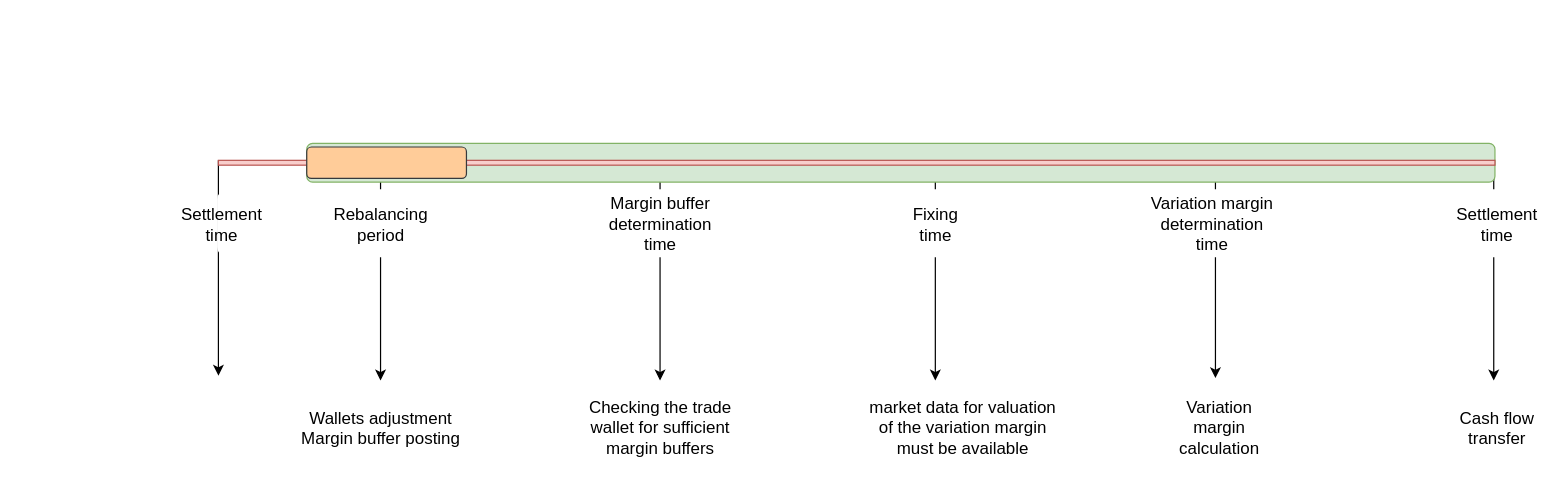
Before: page "Page-3" (3 of 3) of qualitaX.drawio in Edoumou/drawings, a draw.io diagram. Source tidied: cells renumbered, new cells numbered last; positions are measured from the earlier drawing's top-left corner, leaving out a move shared by most shapes. Both pictures are drawn from the tidied source at 121%, with x=0, y=0 at pixel (182, 143).
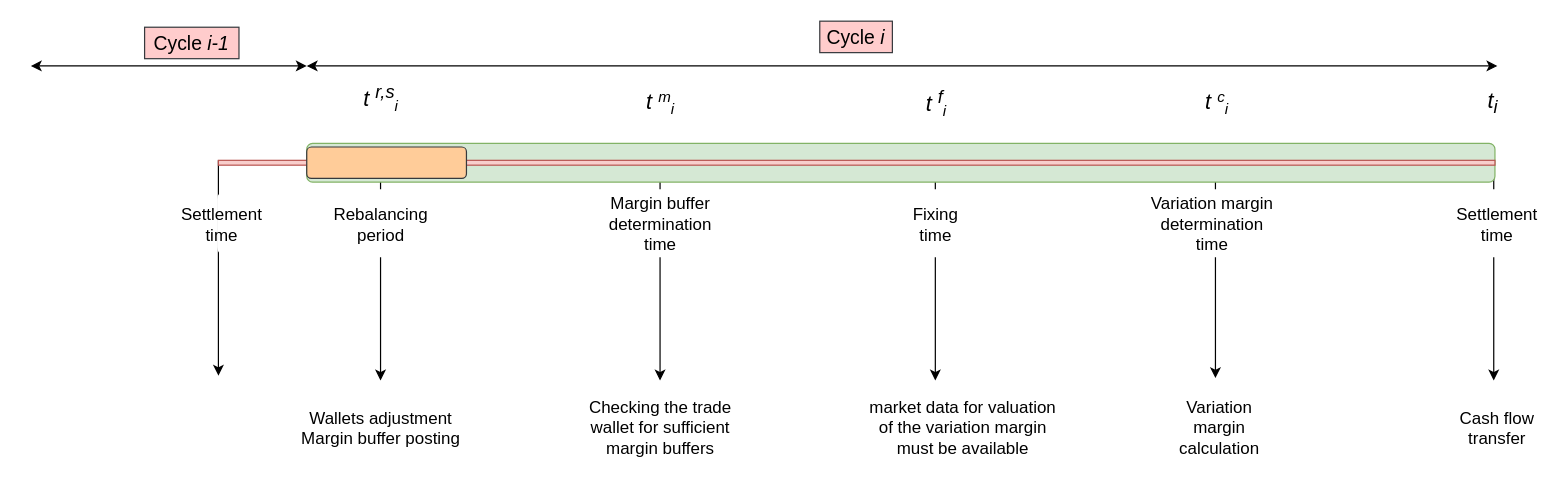
After the change.

What changed in the source:
```diff
@@
+    <mxCell id="23" value="&lt;font style=&quot;font-size: 18px;&quot;&gt;&lt;i&gt;t&lt;sub&gt;i&lt;/sub&gt;&lt;/i&gt;&lt;/font&gt;" style="text;html=1;align=center;verticalAlign=middle;whiteSpace=wrap;rounded=0;" parent="1" vertex="1">
+      <mxGeometry x="1068" y="-45" width="30.5" height="24" as="geometry" />
+    </mxCell>
+    <mxCell id="24" value="&lt;font style=&quot;&quot;&gt;&lt;i style=&quot;&quot;&gt;&lt;span style=&quot;font-size: 18px;&quot;&gt;t&amp;nbsp;&lt;/span&gt;&lt;span style=&quot;font-size: 15px;&quot;&gt;&lt;sup&gt;c&lt;/sup&gt;&lt;sub&gt;i&lt;/sub&gt;&lt;/span&gt;&lt;/i&gt;&lt;/font&gt;" style="text;html=1;align=center;verticalAlign=middle;whiteSpace=wrap;rounded=0;" parent="1" vertex="1">
+      <mxGeometry x="840" y="-45" width="30.5" height="24" as="geometry" />
+    </mxCell>
+    <mxCell id="25" value="&lt;font style=&quot;&quot;&gt;&lt;i style=&quot;&quot;&gt;&lt;span style=&quot;font-size: 18px;&quot;&gt;t &lt;sup&gt;f&lt;/sup&gt;&lt;/span&gt;&lt;span style=&quot;font-size: 15px;&quot;&gt;&lt;sub&gt;i&lt;/sub&gt;&lt;/span&gt;&lt;/i&gt;&lt;/font&gt;" style="text;html=1;align=center;verticalAlign=middle;whiteSpace=wrap;rounded=0;" parent="1" vertex="1">
+      <mxGeometry x="607.8" y="-45" width="30.5" height="24" as="geometry" />
+    </mxCell>
+    <mxCell id="26" value="&lt;font style=&quot;&quot;&gt;&lt;i style=&quot;&quot;&gt;&lt;span style=&quot;font-size: 18px;&quot;&gt;t &lt;/span&gt;&lt;span style=&quot;font-size: 15px;&quot;&gt;&lt;sup&gt;m&lt;/sup&gt;&lt;sub&gt;i&lt;/sub&gt;&lt;/span&gt;&lt;/i&gt;&lt;/font&gt;" style="text;html=1;align=center;verticalAlign=middle;whiteSpace=wrap;rounded=0;" parent="1" vertex="1">
+      <mxGeometry x="380.2" y="-45" width="30.5" height="24" as="geometry" />
+    </mxCell>
+    <mxCell id="27" value="&lt;font style=&quot;&quot;&gt;&lt;i style=&quot;&quot;&gt;&lt;span style=&quot;font-size: 18px;&quot;&gt;t &lt;sup&gt;r,s&lt;/sup&gt;&lt;/span&gt;&lt;span style=&quot;font-size: 15px;&quot;&gt;&lt;sub&gt;i&lt;/sub&gt;&lt;/span&gt;&lt;/i&gt;&lt;/font&gt;" style="text;html=1;align=center;verticalAlign=middle;whiteSpace=wrap;rounded=0;" parent="1" vertex="1">
+      <mxGeometry x="144" y="-49" width="41" height="24" as="geometry" />
+    </mxCell>
+    <mxCell id="28" style="endArrow=classic;startArrow=classic;html=1;rounded=0;" parent="1" edge="1">
+      <mxGeometry relative="1" as="geometry">
+        <mxPoint x="103" y="-64" as="sourcePoint" />
+        <mxPoint x="1087" y="-64" as="targetPoint" />
+      </mxGeometry>
+    </mxCell>
+    <mxCell id="29" value="&lt;font style=&quot;font-size: 16px;&quot;&gt;Cycle &lt;i&gt;i&lt;/i&gt;&lt;/font&gt;" style="text;html=1;align=center;verticalAlign=middle;whiteSpace=wrap;rounded=0;fillColor=#ffcccc;strokeColor=#36393d;" parent="1" vertex="1">
+      <mxGeometry x="527" y="-101" width="60" height="26" as="geometry" />
+    </mxCell>
+    <mxCell id="30" style="endArrow=classic;startArrow=classic;html=1;rounded=0;" parent="1" edge="1">
+      <mxGeometry relative="1" as="geometry">
+        <mxPoint x="-125" y="-64" as="sourcePoint" />
+        <mxPoint x="103" y="-64" as="targetPoint" />
+      </mxGeometry>
+    </mxCell>
+    <mxCell id="31" value="&lt;font style=&quot;font-size: 16px;&quot;&gt;Cycle&amp;nbsp;&lt;i&gt;i-1&lt;/i&gt;&lt;/font&gt;" style="text;html=1;align=center;verticalAlign=middle;whiteSpace=wrap;rounded=0;fillColor=#ffcccc;strokeColor=#36393d;" parent="1" vertex="1">
+      <mxGeometry x="-31" y="-96" width="78" height="26" as="geometry" />
+    </mxCell>
```
